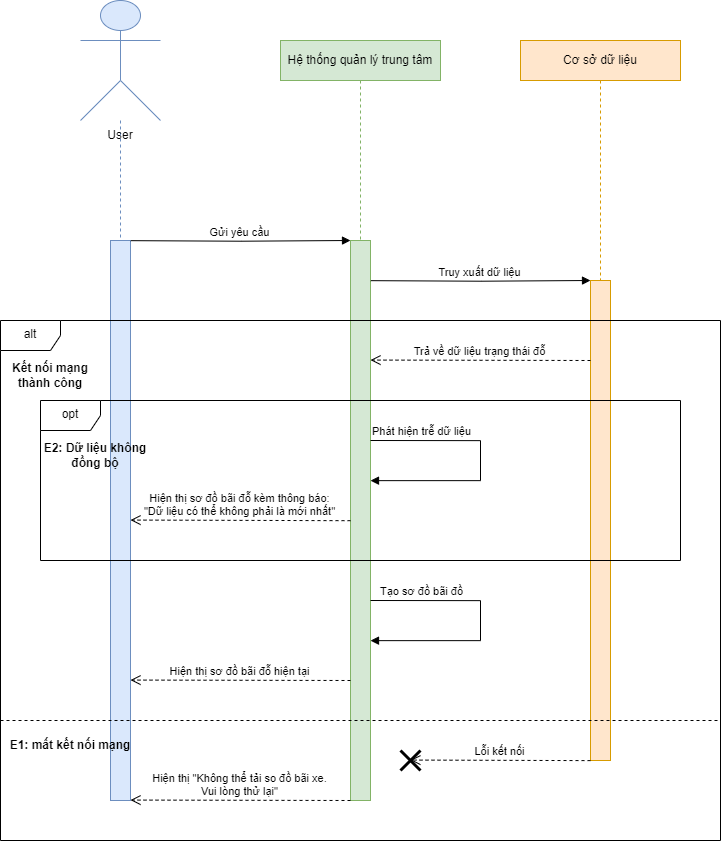
The draw.io diagram LaTex/pictures/seq_4.2.png in KTX-0711/Software-Engineering-Assignment-HK252, before a commit. Source tidied: cells renumbered, new cells last; positions are measured from the earlier drawing's top-left corner, leaving out a move shared by most shapes.
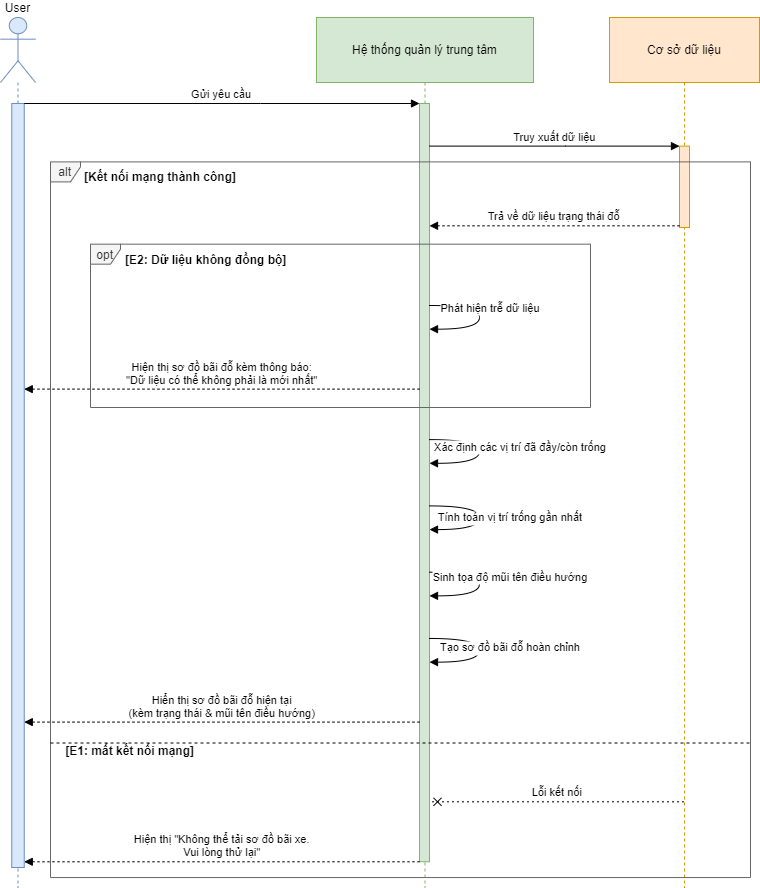
After the change.

Change to the diagram source:
```diff
@@ -2,119 +2,130 @@
   <root>
     <mxCell id="0" />
     <mxCell id="1" parent="0" />
-    <mxCell id="2" style="rounded=0;whiteSpace=wrap;html=1;fillColor=#d5e8d4;strokeColor=#82b366;" parent="1" vertex="1">
-      <mxGeometry x="350" y="240" width="20" height="560" as="geometry" />
-    </mxCell>
-    <mxCell id="3" style="html=1;perimeter=orthogonalPerimeter;targetShapes=umlLifeline;newEdgeStyle={&quot;curved&quot;:0,&quot;rounded&quot;:0};fillColor=#dae8fc;strokeColor=#6c8ebf;" parent="1" vertex="1">
-      <mxGeometry x="110" y="240" width="20" height="560" as="geometry" />
-    </mxCell>
+    <mxCell id="14" value="User" style="shape=umlLifeline;perimeter=lifelinePerimeter;whiteSpace=wrap;newEdgeStyle={&quot;edgeStyle&quot;:&quot;elbowEdgeStyle&quot;,&quot;elbow&quot;:&quot;vertical&quot;,&quot;curved&quot;:0,&quot;rounded&quot;:0};participant=umlActor;verticalAlign=bottom;labelPosition=center;verticalLabelPosition=top;align=center;size=65;fillColor=#dae8fc;strokeColor=#6c8ebf;" parent="1" vertex="1">
+      <mxGeometry x="2930" y="-610" width="35" height="870" as="geometry" />
+    </mxCell>
+    <mxCell id="27" style="perimeter=orthogonalPerimeter;targetShapes=umlLifeline;newEdgeStyle={&quot;edgeStyle&quot;:&quot;elbowEdgeStyle&quot;,&quot;elbow&quot;:&quot;vertical&quot;,&quot;curved&quot;:0,&quot;rounded&quot;:0};fillColor=light-dark(#eeeeee,#1f2020);strokeColor=light-dark(#999999,#cccccc);fontColor=light-dark(#333333,#cccccc);" parent="14" vertex="1">
+      <mxGeometry x="12.5" width="10" as="geometry" />
+    </mxCell>
+    <mxCell id="28" style="html=1;points=[[0,0,0,0,5],[0,1,0,0,-5],[1,0,0,0,5],[1,1,0,0,-5]];perimeter=orthogonalPerimeter;outlineConnect=0;targetShapes=umlLifeline;portConstraint=eastwest;newEdgeStyle={&quot;curved&quot;:0,&quot;rounded&quot;:0};fillColor=#dae8fc;strokeColor=#6c8ebf;fontSize=14;" parent="14" vertex="1">
+      <mxGeometry x="11.2" y="86" width="12.5" height="764" as="geometry" />
+    </mxCell>
-    <mxCell id="4" value="Hệ thống quản lý trung tâm" style="shape=umlLifeline;perimeter=lifelinePerimeter;whiteSpace=wrap;html=1;newEdgeStyle={&quot;curved&quot;:0,&quot;rounded&quot;:0};fillColor=#d5e8d4;strokeColor=#82b366;" parent="1" vertex="1">
-      <mxGeometry x="280" y="40" width="160" height="200" as="geometry" />
+    <mxCell id="4" value="Hệ thống quản lý trung tâm" style="shape=umlLifeline;perimeter=lifelinePerimeter;whiteSpace=wrap;newEdgeStyle={&quot;edgeStyle&quot;:&quot;elbowEdgeStyle&quot;,&quot;elbow&quot;:&quot;vertical&quot;,&quot;curved&quot;:0,&quot;rounded&quot;:0};size=65;fillColor=#d5e8d4;strokeColor=#82b366;" parent="1" vertex="1">
+      <mxGeometry x="3246" y="-610" width="217" height="870" as="geometry" />
     </mxCell>
-    <mxCell id="5" style="rounded=0;whiteSpace=wrap;html=1;fillColor=#ffe6cc;strokeColor=#d79b00;" parent="1" vertex="1">
-      <mxGeometry x="590" y="280" width="20" height="480" as="geometry" />
-    </mxCell>
+    <mxCell id="29" style="points=[];perimeter=orthogonalPerimeter;outlineConnect=0;targetShapes=umlLifeline;portConstraint=eastwest;newEdgeStyle={&quot;edgeStyle&quot;:&quot;elbowEdgeStyle&quot;,&quot;elbow&quot;:&quot;vertical&quot;,&quot;curved&quot;:0,&quot;rounded&quot;:0};fillColor=#d5e8d4;strokeColor=#82b366;" parent="4" vertex="1">
+      <mxGeometry x="103" y="86" width="10" height="758.3" as="geometry" />
+    </mxCell>
-    <mxCell id="6" value="Cơ sở dữ liệu" style="shape=umlLifeline;perimeter=lifelinePerimeter;whiteSpace=wrap;html=1;outlineConnect=0;portConstraint=eastwest;newEdgeStyle={&quot;curved&quot;:0,&quot;rounded&quot;:0};fillColor=#ffe6cc;strokeColor=#d79b00;" parent="1" vertex="1">
-      <mxGeometry x="520" y="40" width="160" height="240" as="geometry" />
+    <mxCell id="6" value="Cơ sở dữ liệu" style="shape=umlLifeline;perimeter=lifelinePerimeter;whiteSpace=wrap;outlineConnect=0;portConstraint=eastwest;newEdgeStyle={&quot;edgeStyle&quot;:&quot;elbowEdgeStyle&quot;,&quot;elbow&quot;:&quot;vertical&quot;,&quot;curved&quot;:0,&quot;rounded&quot;:0};size=65;fillColor=#ffe6cc;strokeColor=#d79b00;" parent="1" vertex="1">
+      <mxGeometry x="3539" y="-610" width="150" height="870" as="geometry" />
     </mxCell>
+    <mxCell id="30" style="points=[];perimeter=orthogonalPerimeter;outlineConnect=0;targetShapes=umlLifeline;portConstraint=eastwest;newEdgeStyle={&quot;edgeStyle&quot;:&quot;elbowEdgeStyle&quot;,&quot;elbow&quot;:&quot;vertical&quot;,&quot;curved&quot;:0,&quot;rounded&quot;:0};fillColor=#ffe6cc;strokeColor=#d79b00;" parent="6" vertex="1">
+      <mxGeometry x="70" y="128.6" width="10" height="81.4" as="geometry" />
+    </mxCell>
+    <mxCell id="8" value="opt" style="shape=umlFrame;strokeColor=#666666;height=20;width=30;fillColor=#f5f5f5;fontColor=#333333;align=center;verticalAlign=middle;fontFamily=Helvetica;fontSize=12;" parent="1" vertex="1">
+      <mxGeometry x="3020" y="-383.3" width="500" height="163.3" as="geometry" />
+    </mxCell>
+    <mxCell id="31" value="&#10;[E2: Dữ liệu không đồng bộ]" style="text;strokeColor=none;fillColor=none;align=left;verticalAlign=middle;whiteSpace=wrap;fontFamily=Helvetica;fontSize=12;fontColor=default;fontStyle=1;" parent="8" vertex="1">
+      <mxGeometry x="33" width="467" height="15.8" as="geometry" />
+    </mxCell>
-    <mxCell id="7" value="alt" style="shape=umlFrame;whiteSpace=wrap;html=1;" parent="1" vertex="1">
-      <mxGeometry y="320" width="720" height="520" as="geometry" />
+    <mxCell id="7" value="alt" style="shape=umlFrame;strokeColor=#666666;height=20;width=30;fillColor=#f5f5f5;fontColor=#333333;" parent="1" vertex="1">
+      <mxGeometry x="2980" y="-465.6" width="700" height="715.6" as="geometry" />
     </mxCell>
-    <mxCell id="8" value="opt" style="shape=umlFrame;whiteSpace=wrap;html=1;" parent="1" vertex="1">
-      <mxGeometry x="40" y="400" width="640" height="160" as="geometry" />
-    </mxCell>
-    <mxCell id="9" value="Hiện thị sơ đồ bãi đỗ hiện tại" style="html=1;verticalAlign=bottom;endArrow=open;dashed=1;endSize=8;rounded=0;edgeStyle=elbowEdgeStyle;elbow=vertical;entryX=0.934;entryY=0.539;entryDx=0;entryDy=0;entryPerimeter=0;" parent="1" edge="1">
-      <mxGeometry relative="1" as="geometry">
-        <mxPoint x="350" y="680" as="sourcePoint" />
-        <mxPoint x="130" y="680.3" as="targetPoint" />
-      </mxGeometry>
-    </mxCell>
-    <mxCell id="10" style="endArrow=none;dashed=1;html=1;rounded=0;" parent="1" edge="1">
-      <mxGeometry relative="1" as="geometry">
-        <mxPoint y="720" as="sourcePoint" />
-        <mxPoint x="720" y="720" as="targetPoint" />
-      </mxGeometry>
-    </mxCell>
-    <mxCell id="11" value="&lt;b&gt;Kết nối mạng thành công&lt;/b&gt;" style="text;html=1;whiteSpace=wrap;strokeColor=none;fillColor=none;align=center;verticalAlign=middle;rounded=0;" parent="1" vertex="1">
-      <mxGeometry y="360" width="100" height="30" as="geometry" />
-    </mxCell>
-    <mxCell id="12" value="&lt;b&gt;E1: mất kết nối mạng&lt;/b&gt;" style="text;html=1;whiteSpace=wrap;strokeColor=none;fillColor=none;align=center;verticalAlign=middle;rounded=0;" parent="1" vertex="1">
-      <mxGeometry y="730" width="140" height="30" as="geometry" />
-    </mxCell>
-    <mxCell id="13" style="shape=umlLifeline;perimeter=lifelinePerimeter;whiteSpace=wrap;html=1;newEdgeStyle={&quot;curved&quot;:0,&quot;rounded&quot;:0};participant=umlActor;size=120;fillColor=#dae8fc;strokeColor=#6c8ebf;" parent="1" vertex="1">
-      <mxGeometry x="80" width="80" height="240" as="geometry" />
-    </mxCell>
-    <mxCell id="14" value="&lt;div style=&quot;text-wrap-mode: nowrap;&quot;&gt;User&lt;/div&gt;" style="text;html=1;whiteSpace=wrap;strokeColor=none;fillColor=none;align=center;verticalAlign=middle;rounded=0;" parent="1" vertex="1">
-      <mxGeometry x="80" y="120" width="80" height="30" as="geometry" />
-    </mxCell>
+    <mxCell id="32" value="&#10;[Kết nối mạng thành công]" style="text;strokeColor=none;fillColor=none;align=left;verticalAlign=middle;whiteSpace=wrap;fontStyle=1;" parent="7" vertex="1">
+      <mxGeometry x="32.4" width="667.6" height="15.8" as="geometry" />
+    </mxCell>
+    <mxCell id="33" value="&#10;    [E1: mất kết nối mạng]" style="shape=line;dashed=1;whiteSpace=wrap;verticalAlign=middle;labelPosition=center;verticalLabelPosition=middle;align=left;strokeColor=#000000;fontFamily=Helvetica;fontSize=12;fontColor=default;fontStyle=1;" parent="7" vertex="1">
+      <mxGeometry y="579.9" width="700" height="2.4" as="geometry" />
+    </mxCell>
-    <mxCell id="15" value="Gửi yêu cầu" style="html=1;verticalAlign=bottom;endArrow=block;rounded=0;edgeStyle=orthogonalEdgeStyle;exitX=1.018;exitY=0.308;exitDx=0;exitDy=0;exitPerimeter=0;" parent="1" edge="1">
+    <mxCell id="15" value="Gửi yêu cầu" style="verticalAlign=bottom;edgeStyle=elbowEdgeStyle;elbow=vertical;curved=0;rounded=0;endArrow=block;" parent="1" edge="1" source="28" target="29">
       <mxGeometry relative="1" as="geometry">
-        <mxPoint x="130.4" y="240.2" as="sourcePoint" />
-        <mxPoint x="350" y="240" as="targetPoint" />
+        <Array as="points">
+          <mxPoint x="3190" y="-524" />
+        </Array>
       </mxGeometry>
     </mxCell>
-    <mxCell id="16" value="Truy xuất dữ liệu" style="html=1;verticalAlign=bottom;endArrow=block;rounded=0;edgeStyle=orthogonalEdgeStyle;exitX=1.018;exitY=0.308;exitDx=0;exitDy=0;exitPerimeter=0;" parent="1" edge="1">
+    <mxCell id="16" value="Truy xuất dữ liệu" style="verticalAlign=bottom;edgeStyle=elbowEdgeStyle;elbow=vertical;curved=0;rounded=0;endArrow=block;" parent="1" edge="1" source="29" target="30">
       <mxGeometry relative="1" as="geometry">
-        <mxPoint x="370.4" y="280.2" as="sourcePoint" />
-        <mxPoint x="590" y="280" as="targetPoint" />
+        <Array as="points">
+          <mxPoint x="3495" y="-481.4" />
+        </Array>
       </mxGeometry>
     </mxCell>
-    <mxCell id="17" value="Trả về dữ liệu trạng thái đỗ" style="html=1;verticalAlign=bottom;endArrow=open;dashed=1;endSize=8;rounded=0;edgeStyle=elbowEdgeStyle;elbow=vertical;entryX=0.934;entryY=0.539;entryDx=0;entryDy=0;entryPerimeter=0;" parent="1" edge="1">
+    <mxCell id="17" value="Trả về dữ liệu trạng thái đỗ" style="verticalAlign=bottom;edgeStyle=elbowEdgeStyle;elbow=vertical;curved=0;rounded=0;dashed=1;dashPattern=2 3;endArrow=block;" parent="1" edge="1" source="30" target="29">
       <mxGeometry relative="1" as="geometry">
-        <mxPoint x="590" y="360" as="sourcePoint" />
-        <mxPoint x="370" y="360.3" as="targetPoint" />
+        <Array as="points">
+          <mxPoint x="3496" y="-401.7" />
+        </Array>
       </mxGeometry>
     </mxCell>
-    <mxCell id="18" value="Phát hiện trễ dữ liệu" style="html=1;verticalAlign=bottom;endArrow=block;rounded=0;edgeStyle=orthogonalEdgeStyle;" parent="1" edge="1">
-      <mxGeometry x="-0.62" relative="1" as="geometry">
-        <mxPoint x="370" y="440" as="sourcePoint" />
-        <mxPoint x="370" y="480" as="targetPoint" />
+    <mxCell id="18" value="Phát hiện trễ dữ liệu" style="curved=1;endArrow=block;rounded=0;" parent="1" edge="1" source="29" target="29">
+      <mxGeometry x="-0.16" y="11" relative="1" as="geometry">
         <Array as="points">
-          <mxPoint x="480" y="440" />
-          <mxPoint x="480" y="480" />
-          <mxPoint x="370" y="480" />
+          <mxPoint x="3409" y="-322" />
+          <mxPoint x="3409" y="-298.3" />
         </Array>
       </mxGeometry>
     </mxCell>
-    <mxCell id="19" value="&lt;span style=&quot;color: rgba(0, 0, 0, 0); font-family: monospace; font-size: 0px; text-align: start; background-color: rgb(236, 236, 236);&quot;&gt;%3CmxGraphModel%3E%3Croot%3E%3CmxCell%20id%3D%220%22%2F%3E%3CmxCell%20id%3D%221%22%20parent%3D%220%22%2F%3E%3CmxCell%20id%3D%222%22%20edge%3D%221%22%20parent%3D%221%22%20style%3D%22endArrow%3Dnone%3Bdashed%3D1%3Bhtml%3D1%3Brounded%3D0%3BedgeStyle%3DelbowEdgeStyle%3Belbow%3Dvertical%3BentryX%3D0.999%3BentryY%3D0.484%3BentryDx%3D0%3BentryDy%3D0%3BentryPerimeter%3D0%3B%22%20value%3D%22%22%3E%3CmxGeometry%20height%3D%2250%22%20relative%3D%221%22%20width%3D%2250%22%20as%3D%22geometry%22%3E%3CmxPoint%20x%3D%22390%22%20y%3D%222200%22%20as%3D%22sourcePoint%22%2F%3E%3CmxPoint%20x%3D%221169%22%20y%3D%222195%22%20as%3D%22targetPoint%22%2F%3E%3C%2FmxGeometry%3E%3C%2FmxCell%3E%3C%2Froot%3E%3C%2FmxGraphModel%3E&lt;/span&gt;" style="edgeLabel;html=1;align=center;verticalAlign=middle;" parent="18" vertex="1">
-      <mxGeometry x="-0.21" y="-4" relative="1" as="geometry" />
-    </mxCell>
-    <mxCell id="20" value="Hiện thị sơ đồ bãi đỗ kèm thông báo:&lt;div&gt;&quot;Dữ liệu có thể không phải là mới nhất&quot;&lt;/div&gt;" style="html=1;verticalAlign=bottom;endArrow=open;dashed=1;endSize=8;rounded=0;edgeStyle=elbowEdgeStyle;elbow=vertical;entryX=0.934;entryY=0.539;entryDx=0;entryDy=0;entryPerimeter=0;" parent="1" edge="1">
+    <mxCell id="20" value="Hiện thị sơ đồ bãi đỗ kèm thông báo:&#10;&quot;Dữ liệu có thể không phải là mới nhất&quot;" style="verticalAlign=bottom;edgeStyle=elbowEdgeStyle;elbow=vertical;curved=0;rounded=0;dashed=1;dashPattern=2 3;endArrow=block;" parent="1" edge="1" source="29" target="28">
       <mxGeometry relative="1" as="geometry">
-        <mxPoint x="350" y="520.2" as="sourcePoint" />
-        <mxPoint x="130" y="520.5" as="targetPoint" />
+        <Array as="points">
+          <mxPoint x="3191" y="-238.4" />
+        </Array>
       </mxGeometry>
     </mxCell>
-    <mxCell id="21" value="&lt;b&gt;E2: Dữ liệu không đồng bộ&lt;/b&gt;" style="text;html=1;whiteSpace=wrap;strokeColor=none;fillColor=none;align=center;verticalAlign=middle;rounded=0;" parent="1" vertex="1">
-      <mxGeometry x="40" y="440" width="110" height="30" as="geometry" />
-    </mxCell>
-    <mxCell id="22" value="Tạo sơ đồ bãi đồ" style="html=1;verticalAlign=bottom;endArrow=block;rounded=0;edgeStyle=orthogonalEdgeStyle;" parent="1" edge="1">
-      <mxGeometry x="-0.62" relative="1" as="geometry">
-        <mxPoint x="370" y="600" as="sourcePoint" />
-        <mxPoint x="370" y="640" as="targetPoint" />
-        <Array as="points">
-          <mxPoint x="480" y="600" />
-          <mxPoint x="480" y="640" />
-          <mxPoint x="370" y="640" />
-        </Array>
-      </mxGeometry>
-    </mxCell>
-    <mxCell id="23" value="&lt;span style=&quot;color: rgba(0, 0, 0, 0); font-family: monospace; font-size: 0px; text-align: start; background-color: rgb(236, 236, 236);&quot;&gt;%3CmxGraphModel%3E%3Croot%3E%3CmxCell%20id%3D%220%22%2F%3E%3CmxCell%20id%3D%221%22%20parent%3D%220%22%2F%3E%3CmxCell%20id%3D%222%22%20edge%3D%221%22%20parent%3D%221%22%20style%3D%22endArrow%3Dnone%3Bdashed%3D1%3Bhtml%3D1%3Brounded%3D0%3BedgeStyle%3DelbowEdgeStyle%3Belbow%3Dvertical%3BentryX%3D0.999%3BentryY%3D0.484%3BentryDx%3D0%3BentryDy%3D0%3BentryPerimeter%3D0%3B%22%20value%3D%22%22%3E%3CmxGeometry%20height%3D%2250%22%20relative%3D%221%22%20width%3D%2250%22%20as%3D%22geometry%22%3E%3CmxPoint%20x%3D%22390%22%20y%3D%222200%22%20as%3D%22sourcePoint%22%2F%3E%3CmxPoint%20x%3D%221169%22%20y%3D%222195%22%20as%3D%22targetPoint%22%2F%3E%3C%2FmxGeometry%3E%3C%2FmxCell%3E%3C%2Froot%3E%3C%2FmxGraphModel%3E&lt;/span&gt;" style="edgeLabel;html=1;align=center;verticalAlign=middle;" parent="22" vertex="1">
-      <mxGeometry x="-0.21" y="-4" relative="1" as="geometry" />
-    </mxCell>
+    <mxCell id="34" value="Xác định các vị trí đã đầy/còn trống" style="curved=1;endArrow=block;rounded=0;" parent="1" edge="1" source="29" target="29">
+      <mxGeometry x="-0.06" y="41" relative="1" as="geometry">
+        <Array as="points">
+          <mxPoint x="3409" y="-187.9" />
+          <mxPoint x="3409" y="-164.2" />
+        </Array>
+      </mxGeometry>
+    </mxCell>
+    <mxCell id="35" value="Tính toán vị trí trống gần nhất" style="curved=1;endArrow=block;rounded=0;" parent="1" edge="1" source="29" target="29">
+      <mxGeometry y="31" relative="1" as="geometry">
+        <Array as="points">
+          <mxPoint x="3409" y="-121.6" />
+          <mxPoint x="3409" y="-97.9" />
+        </Array>
+      </mxGeometry>
+    </mxCell>
+    <mxCell id="36" value="Sinh tọa độ mũi tên điều hướng" style="curved=1;endArrow=block;rounded=0;" parent="1" edge="1" source="29" target="29">
+      <mxGeometry x="-0.11" y="31" relative="1" as="geometry">
+        <Array as="points">
+          <mxPoint x="3409" y="-55.3" />
+          <mxPoint x="3409" y="-31.6" />
+        </Array>
+      </mxGeometry>
+    </mxCell>
+    <mxCell id="37" value="Tạo sơ đồ bãi đỗ hoàn chỉnh" style="curved=1;endArrow=block;rounded=0;" parent="1" edge="1" source="29" target="29">
+      <mxGeometry x="-0.05" y="31" relative="1" as="geometry">
+        <Array as="points">
+          <mxPoint x="3409" y="11" />
+          <mxPoint x="3409" y="34.6" />
+        </Array>
+      </mxGeometry>
+    </mxCell>
+    <mxCell id="38" value="Hiển thị sơ đồ bãi đỗ hiện tại&#10;(kèm trạng thái &amp; mũi tên điều hướng)" style="verticalAlign=bottom;edgeStyle=elbowEdgeStyle;elbow=vertical;curved=0;rounded=0;dashed=1;dashPattern=2 3;endArrow=block;" parent="1" edge="1" source="29" target="28">
+      <mxGeometry relative="1" as="geometry">
+        <Array as="points">
+          <mxPoint x="3191" y="94.6" />
+        </Array>
+      </mxGeometry>
+    </mxCell>
-    <mxCell id="24" value="Lỗi kết nối" style="html=1;verticalAlign=bottom;endArrow=open;dashed=1;endSize=8;rounded=0;edgeStyle=elbowEdgeStyle;elbow=vertical;entryX=0.494;entryY=0.521;entryDx=0;entryDy=0;entryPerimeter=0;" parent="1" edge="1" target="25">
+    <mxCell id="24" value="Lỗi kết nối" style="verticalAlign=bottom;edgeStyle=elbowEdgeStyle;elbow=vertical;curved=0;rounded=0;endArrow=cross;dashed=1;dashPattern=2 3;" parent="1" edge="1" source="6" target="29">
       <mxGeometry relative="1" as="geometry">
-        <mxPoint x="590" y="760.1" as="sourcePoint" />
+        <Array as="points">
+          <mxPoint x="3498" y="174.3" />
+        </Array>
       </mxGeometry>
     </mxCell>
-    <mxCell id="25" style="shape=umlDestroy;whiteSpace=wrap;html=1;strokeWidth=3;targetShapes=umlLifeline;" parent="1" vertex="1">
-      <mxGeometry x="400" y="750" width="20" height="20" as="geometry" />
-    </mxCell>
-    <mxCell id="26" value="Hiện thị &quot;Không thể tải so đồ bãi xe.&lt;div&gt;Vui lòng thử lại&quot;&lt;/div&gt;" style="html=1;verticalAlign=bottom;endArrow=open;dashed=1;endSize=8;rounded=0;edgeStyle=elbowEdgeStyle;elbow=vertical;entryX=0.934;entryY=0.539;entryDx=0;entryDy=0;entryPerimeter=0;" parent="1" edge="1">
-      <mxGeometry relative="1" as="geometry">
-        <mxPoint x="350" y="800" as="sourcePoint" />
-        <mxPoint x="130" y="800.3" as="targetPoint" />
-      </mxGeometry>
-    </mxCell>
+    <mxCell id="39" value="Hiện thị &quot;Không thể tải sơ đồ bãi xe.&#10;Vui lòng thử lại&quot;" style="verticalAlign=bottom;edgeStyle=elbowEdgeStyle;elbow=vertical;curved=0;rounded=0;dashed=1;dashPattern=2 3;endArrow=block;" parent="1" edge="1" source="29" target="28">
+      <mxGeometry relative="1" as="geometry">
+        <Array as="points">
+          <mxPoint x="3191" y="234.3" />
+        </Array>
+      </mxGeometry>
+    </mxCell>
   </root>
 </mxGraphModel>
```
